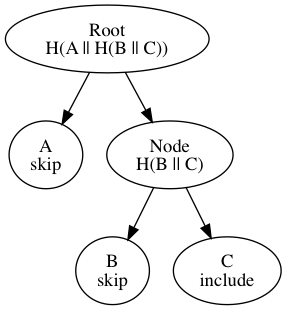
Before: unbalanced-hash-tree.png, a diagram exported from Graphviz (sambacha/bip-fast-merkle-tree). Its source is kept beside it as unbalanced-hash-tree.dot.
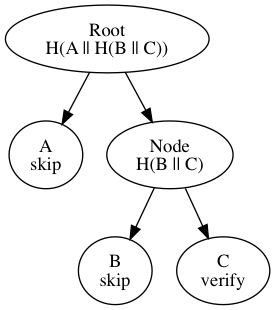
After the commit.

Change to the diagram source:
```diff
@@ -7,5 +7,5 @@
   1 -> B
   B [label="B\nskip"]
   1 -> C
-  C [label="C\ninclude"]
+  C [label="C\nverify"]
 }
```
